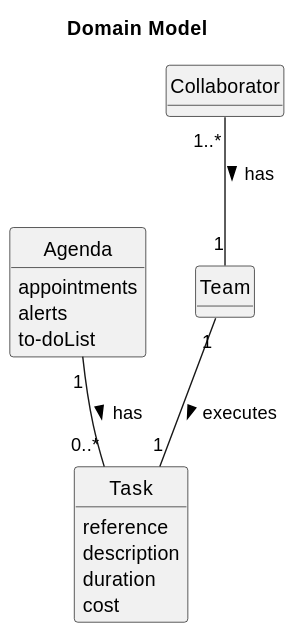
Before: docs/sprintC/US028/02.analysis/svg/us028-domain-model.svg, a diagram exported from PlantUML (LopemigueISEP/lei-24-s2-1nb-g312). The source it was exported from:
```plantuml
@startuml
skinparam monochrome true
skinparam packageStyle rectangle
skinparam shadowing false
skinparam classAttributeIconSize 0
hide circle
hide methods

title Domain Model

class Agenda {
    appointments
    alerts
    to-doList
}

class Task {
    reference
    description
    duration
    cost
}

class Collaborator{
}

class Team{
}

Collaborator "1..*" -- "1" Team : has >
Agenda "1" -- "0..*" Task : has >
Team "1" -- "1" Task : executes >
@enduml
```
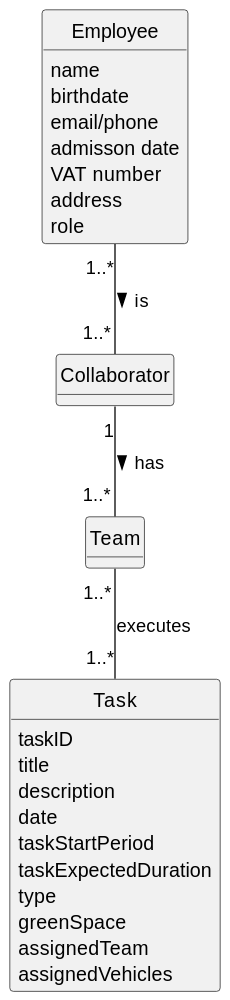
After the change.

Diff of the diagram source:
```diff
@@ -2,32 +2,49 @@
 skinparam monochrome true
 skinparam packageStyle rectangle
 skinparam shadowing false
+
+
 skinparam classAttributeIconSize 0
+
 hide circle
 hide methods
 
-title Domain Model
 
-class Agenda {
-    appointments
-    alerts
-    to-doList
-}
 
-class Task {
-    reference
-    description
-    duration
-    cost
+class Employee {
+    name
+    birthdate
+    email/phone
+    admisson date
+    VAT number
+    address
+    role
 }
 
 class Collaborator{
 }
 
+
 class Team{
+
+
 }
 
-Collaborator "1..*" -- "1" Team : has >
-Agenda "1" -- "0..*" Task : has >
-Team "1" -- "1" Task : executes >
+class Task {
+    taskID
+    title
+    description
+    date
+    taskStartPeriod
+    taskExpectedDuration
+    type
+    greenSpace
+    assignedTeam
+    assignedVehicles
+}
+
+
+Employee "1..*" -- "1..*" Collaborator : is >
+Collaborator "1" -- "1..*" Team: has >
+Team "1..*" -- "1..*" Task: executes
 @enduml
```
